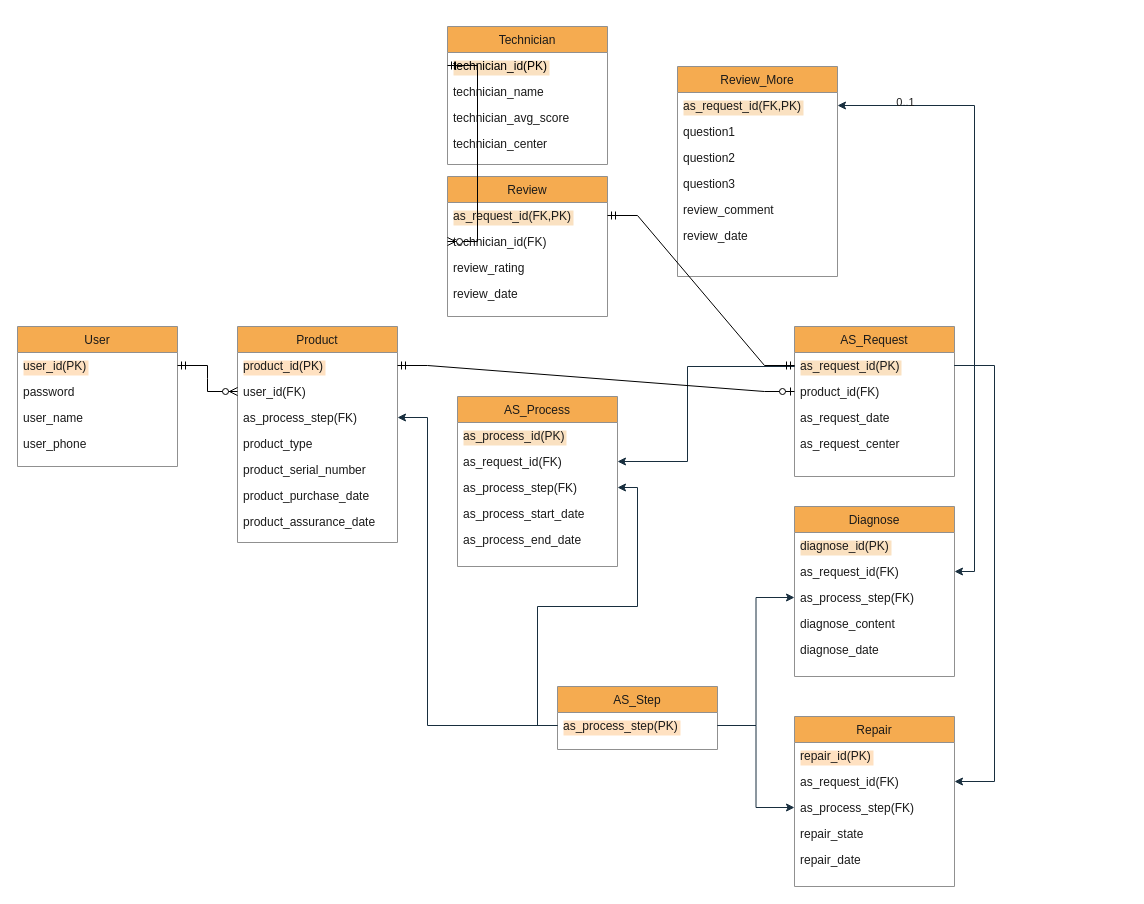
Above: 인도 CS DB.drawio in coin-cidence/FIX_crawling (draw.io), before the change. Source tidied: cells renumbered, new cells numbered last; positions are measured from the earlier drawing's top-left corner, leaving out a move shared by most shapes. Both pictures are drawn from the tidied source at 100%, with x=0, y=0 at pixel (17, 26).
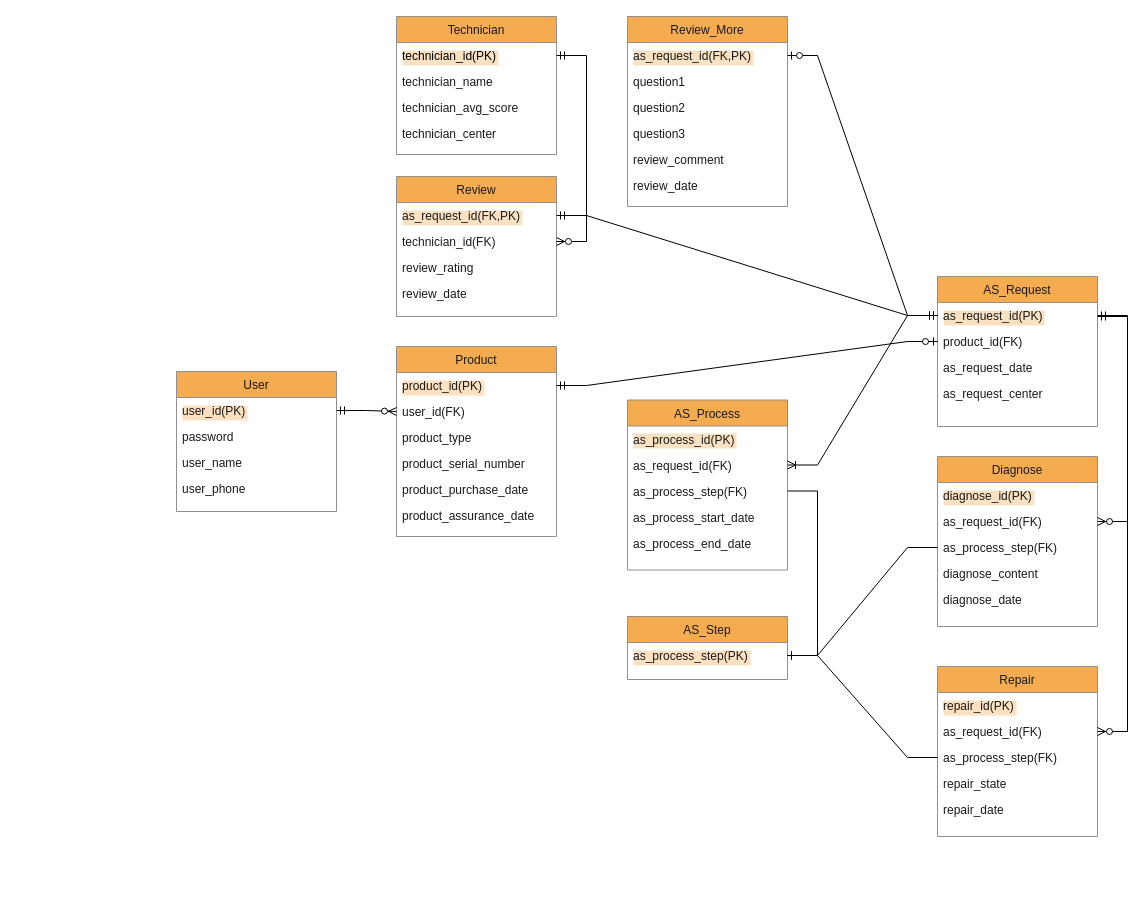
After the change.

Commit message (it also covers changes not shown here):
인도 CS DB.drawio 업데이트

Unchanged cells that the change refers to:
```xml
<mxCell id="9" value="as_request_id(FK)" style="text;align=left;verticalAlign=top;spacingLeft=4;spacingRight=4;overflow=hidden;points=[[0,0.5],[1,0.5]];portConstraint=eastwest;rounded=0;labelBackgroundColor=none;fontColor=#1A1A1A;" parent="7" vertex="1">
  <mxGeometry y="52" width="160" height="26" as="geometry" />
</mxCell>
<mxCell id="10" value="as_process_step(FK)" style="text;align=left;verticalAlign=top;spacingLeft=4;spacingRight=4;overflow=hidden;points=[[0,0.5],[1,0.5]];portConstraint=eastwest;rounded=0;labelBackgroundColor=none;fontColor=#1A1A1A;" parent="7" vertex="1">
  <mxGeometry y="78" width="160" height="26" as="geometry" />
</mxCell>
<mxCell id="15" value="as_request_id(FK)" style="text;align=left;verticalAlign=top;spacingLeft=4;spacingRight=4;overflow=hidden;points=[[0,0.5],[1,0.5]];portConstraint=eastwest;rounded=0;labelBackgroundColor=none;fontColor=#1A1A1A;" parent="13" vertex="1">
  <mxGeometry y="52" width="160" height="26" as="geometry" />
</mxCell>
<mxCell id="16" value="as_process_step(FK)" style="text;align=left;verticalAlign=top;spacingLeft=4;spacingRight=4;overflow=hidden;points=[[0,0.5],[1,0.5]];portConstraint=eastwest;rounded=0;labelBackgroundColor=none;fontColor=#1A1A1A;" parent="13" vertex="1">
  <mxGeometry y="78" width="160" height="26" as="geometry" />
</mxCell>
<mxCell id="28" value="as_request_id(PK)" style="text;align=left;verticalAlign=top;spacingLeft=4;spacingRight=4;overflow=hidden;points=[[0,0.5],[1,0.5]];portConstraint=eastwest;labelBackgroundColor=#fae1c1;rounded=0;fontColor=#1A1A1A;" parent="27" vertex="1">
  <mxGeometry y="26" width="160" height="26" as="geometry" />
</mxCell>
<mxCell id="33" value="technician_id(PK)" style="text;align=left;verticalAlign=top;spacingLeft=4;spacingRight=4;overflow=hidden;points=[[0,0.5],[1,0.5]];portConstraint=eastwest;rounded=0;labelBackgroundColor=#fae1c1;fontColor=#000000;" parent="32" vertex="1">
  <mxGeometry y="26" width="160" height="26" as="geometry" />
</mxCell>
<mxCell id="40" value="as_process_step(PK)" style="text;align=left;verticalAlign=top;spacingLeft=4;spacingRight=4;overflow=hidden;points=[[0,0.5],[1,0.5]];portConstraint=eastwest;fontStyle=0;rounded=0;labelBackgroundColor=#ffe1c1;fontColor=#1A1A1A;" parent="39" vertex="1">
  <mxGeometry y="26" width="160" height="26" as="geometry" />
</mxCell>
<mxCell id="45" value="as_request_id(FK)" style="text;align=left;verticalAlign=top;spacingLeft=4;spacingRight=4;overflow=hidden;points=[[0,0.5],[1,0.5]];portConstraint=eastwest;rounded=0;labelBackgroundColor=none;fontColor=#1A1A1A;" parent="43" vertex="1">
  <mxGeometry y="52" width="160" height="26" as="geometry" />
</mxCell>
<mxCell id="46" value="as_process_step(FK)" style="text;align=left;verticalAlign=top;spacingLeft=4;spacingRight=4;overflow=hidden;points=[[0,0.5],[1,0.5]];portConstraint=eastwest;rounded=0;labelBackgroundColor=none;fontColor=#1A1A1A;" parent="43" vertex="1">
  <mxGeometry y="78" width="160" height="26" as="geometry" />
</mxCell>
<mxCell id="53" value="technician_id(FK)" style="text;align=left;verticalAlign=top;spacingLeft=4;spacingRight=4;overflow=hidden;points=[[0,0.5],[1,0.5]];portConstraint=eastwest;rounded=0;shadow=0;html=0;labelBackgroundColor=none;fontColor=#1A1A1A;" parent="51" vertex="1">
  <mxGeometry y="52" width="160" height="26" as="geometry" />
</mxCell>
<mxCell id="57" value="as_request_id(FK,PK)" style="text;align=left;verticalAlign=top;spacingLeft=4;spacingRight=4;overflow=hidden;points=[[0,0.5],[1,0.5]];portConstraint=eastwest;rounded=0;labelBackgroundColor=#fae1c1;fontColor=#1A1A1A;" parent="56" vertex="1">
  <mxGeometry y="26" width="160" height="26" as="geometry" />
</mxCell>
```

Change to the diagram source:
```diff
@@
     <mxCell id="2" value="User" style="swimlane;fontStyle=0;align=center;verticalAlign=top;horizontal=1;startSize=26;rounded=0;shadow=0;strokeWidth=1;labelBackgroundColor=none;fillColor=#F5AB50;strokeColor=#909090;fontColor=#1A1A1A;" parent="1" vertex="1">
-      <mxGeometry y="300" width="160" height="140" as="geometry" />
+      <mxGeometry x="159" y="345" width="160" height="140" as="geometry" />
     </mxCell>
@@
     <mxCell id="7" value="Diagnose" style="swimlane;fontStyle=0;align=center;verticalAlign=top;horizontal=1;startSize=26;rounded=0;shadow=0;strokeWidth=1;labelBackgroundColor=none;fillColor=#F5AB50;strokeColor=#909090;fontColor=#1A1A1A;" parent="1" vertex="1">
-      <mxGeometry x="777" y="480" width="160" height="170" as="geometry" />
+      <mxGeometry x="920" y="430" width="160" height="170" as="geometry" />
     </mxCell>
@@
     <mxCell id="13" value="AS_Process" style="swimlane;fontStyle=0;align=center;verticalAlign=top;horizontal=1;startSize=26;rounded=0;shadow=0;strokeWidth=1;labelBackgroundColor=none;fillColor=#F5AB50;strokeColor=#909090;fontColor=#1A1A1A;" parent="1" vertex="1">
-      <mxGeometry x="440" y="370" width="160" height="170" as="geometry" />
+      <mxGeometry x="610" y="373.5" width="160" height="170" as="geometry" />
     </mxCell>
@@
     <mxCell id="19" value="Product" style="swimlane;fontStyle=0;align=center;verticalAlign=top;horizontal=1;startSize=26;rounded=0;shadow=0;strokeWidth=1;labelBackgroundColor=none;fillColor=#F5AB50;strokeColor=#909090;fontColor=#1A1A1A;" parent="1" vertex="1">
-      <mxGeometry x="220" y="300" width="160" height="216" as="geometry" />
+      <mxGeometry x="379" y="320" width="160" height="190" as="geometry" />
     </mxCell>
@@
-    <mxCell id="22" value="as_process_step(FK)" style="text;align=left;verticalAlign=top;spacingLeft=4;spacingRight=4;overflow=hidden;points=[[0,0.5],[1,0.5]];portConstraint=eastwest;rounded=0;shadow=0;html=0;labelBackgroundColor=none;fontColor=#1A1A1A;" parent="19" vertex="1">
-      <mxGeometry y="78" width="160" height="26" as="geometry" />
-    </mxCell>
     <mxCell id="23" value="product_type" style="text;align=left;verticalAlign=top;spacingLeft=4;spacingRight=4;overflow=hidden;rounded=0;shadow=0;html=0;labelBackgroundColor=none;fontColor=#1A1A1A;" parent="19" vertex="1">
-      <mxGeometry y="104" width="160" height="26" as="geometry" />
+      <mxGeometry y="78" width="160" height="26" as="geometry" />
     </mxCell>
     <mxCell id="24" value="product_serial_number" style="text;align=left;verticalAlign=top;spacingLeft=4;spacingRight=4;overflow=hidden;rounded=0;shadow=0;html=0;labelBackgroundColor=none;fontColor=#1A1A1A;" parent="19" vertex="1">
-      <mxGeometry y="130" width="160" height="26" as="geometry" />
+      <mxGeometry y="104" width="160" height="26" as="geometry" />
     </mxCell>
     <mxCell id="25" value="product_purchase_date" style="text;align=left;verticalAlign=top;spacingLeft=4;spacingRight=4;overflow=hidden;rounded=0;labelBackgroundColor=none;fontColor=#1A1A1A;" parent="19" vertex="1">
-      <mxGeometry y="156" width="160" height="26" as="geometry" />
+      <mxGeometry y="130" width="160" height="26" as="geometry" />
     </mxCell>
     <mxCell id="26" value="product_assurance_date" style="text;align=left;verticalAlign=top;spacingLeft=4;spacingRight=4;overflow=hidden;rounded=0;labelBackgroundColor=none;fontColor=#1A1A1A;" parent="19" vertex="1">
-      <mxGeometry y="182" width="160" height="26" as="geometry" />
+      <mxGeometry y="156" width="160" height="26" as="geometry" />
     </mxCell>
     <mxCell id="27" value="AS_Request" style="swimlane;fontStyle=0;align=center;verticalAlign=top;horizontal=1;startSize=26;rounded=0;shadow=0;strokeWidth=1;labelBackgroundColor=none;fillColor=#F5AB50;strokeColor=#909090;fontColor=#1A1A1A;" parent="1" vertex="1">
-      <mxGeometry x="777" y="300" width="160" height="150" as="geometry" />
+      <mxGeometry x="920" y="250" width="160" height="150" as="geometry" />
     </mxCell>
@@
     <mxCell id="32" value="Technician" style="swimlane;fontStyle=0;align=center;verticalAlign=top;horizontal=1;startSize=26;rounded=0;shadow=0;strokeWidth=1;labelBackgroundColor=none;fillColor=#F5AB50;strokeColor=#909090;fontColor=#1A1A1A;" parent="1" vertex="1">
-      <mxGeometry x="430" width="160" height="138" as="geometry" />
+      <mxGeometry x="379" y="-10" width="160" height="138" as="geometry" />
     </mxCell>
@@
     <mxCell id="37" style="align=right;verticalAlign=bottom;labelBackgroundColor=none;fontSize=12;rounded=0;fillColor=#F5AB50;strokeColor=#909090;fontColor=#1A1A1A;" parent="1" vertex="1">
-      <mxGeometry x="359.8" y="330" as="geometry">
+      <mxGeometry x="518.8" y="350" as="geometry">
         <mxPoint x="264" y="-4" as="offset" />
       </mxGeometry>
     </mxCell>
-    <mxCell id="38" style="edgeStyle=orthogonalEdgeStyle;rounded=0;jettySize=auto;html=1;exitX=0;exitY=0.5;exitDx=0;exitDy=0;entryX=1;entryY=0.5;entryDx=0;entryDy=0;labelBackgroundColor=none;fontColor=default;strokeColor=#182E3E;" parent="1" edge="1" source="28" target="15">
-      <mxGeometry relative="1" as="geometry">
-        <Array as="points">
-          <mxPoint x="777" y="340" />
-          <mxPoint x="670" y="340" />
-          <mxPoint x="670" y="435" />
-        </Array>
-      </mxGeometry>
-    </mxCell>
     <mxCell id="39" value="AS_Step" style="swimlane;fontStyle=0;align=center;verticalAlign=top;horizontal=1;startSize=26;rounded=0;shadow=0;strokeWidth=1;labelBackgroundColor=none;fillColor=#F5AB50;strokeColor=#909090;fontColor=#1A1A1A;" parent="1" vertex="1">
-      <mxGeometry x="540" y="660" width="160" height="63" as="geometry" />
+      <mxGeometry x="610" y="590" width="160" height="63" as="geometry" />
     </mxCell>
@@
-    <mxCell id="41" style="edgeStyle=orthogonalEdgeStyle;rounded=0;jettySize=auto;html=1;exitX=0;exitY=0.5;exitDx=0;exitDy=0;entryX=1;entryY=0.5;entryDx=0;entryDy=0;labelBackgroundColor=none;fontColor=default;strokeColor=#182E3E;" parent="1" edge="1" source="40" target="16">
-      <mxGeometry relative="1" as="geometry" />
-    </mxCell>
-    <mxCell id="42" style="edgeStyle=orthogonalEdgeStyle;rounded=0;jettySize=auto;html=1;exitX=0;exitY=0.5;exitDx=0;exitDy=0;entryX=1;entryY=0.5;entryDx=0;entryDy=0;labelBackgroundColor=none;fontColor=default;strokeColor=#182E3E;" parent="1" edge="1" source="40" target="22">
-      <mxGeometry relative="1" as="geometry">
-        <Array as="points">
-          <mxPoint x="410" y="699" />
-          <mxPoint x="410" y="391" />
-        </Array>
-      </mxGeometry>
-    </mxCell>
     <mxCell id="43" value="Repair" style="swimlane;fontStyle=0;align=center;verticalAlign=top;horizontal=1;startSize=26;rounded=0;shadow=0;strokeWidth=1;labelBackgroundColor=none;fillColor=#F5AB50;strokeColor=#909090;fontColor=#1A1A1A;" parent="1" vertex="1">
-      <mxGeometry x="777" y="690" width="160" height="170" as="geometry" />
+      <mxGeometry x="920" y="640" width="160" height="170" as="geometry" />
     </mxCell>
@@
-    <mxCell id="49" style="edgeStyle=orthogonalEdgeStyle;rounded=0;jettySize=auto;html=1;exitX=1;exitY=0.5;exitDx=0;exitDy=0;entryX=0;entryY=0.5;entryDx=0;entryDy=0;labelBackgroundColor=none;fontColor=default;strokeColor=#182E3E;" parent="1" edge="1" source="40" target="10">
-      <mxGeometry relative="1" as="geometry" />
-    </mxCell>
-    <mxCell id="50" style="edgeStyle=orthogonalEdgeStyle;rounded=0;jettySize=auto;html=1;exitX=1;exitY=0.5;exitDx=0;exitDy=0;entryX=0;entryY=0.5;entryDx=0;entryDy=0;labelBackgroundColor=none;fontColor=default;strokeColor=#182E3E;" parent="1" edge="1" source="40" target="46">
-      <mxGeometry relative="1" as="geometry" />
-    </mxCell>
     <mxCell id="51" value="Review" style="swimlane;fontStyle=0;align=center;verticalAlign=top;horizontal=1;startSize=26;rounded=0;shadow=0;strokeWidth=1;labelBackgroundColor=none;fillColor=#F5AB50;strokeColor=#909090;fontColor=#1A1A1A;" parent="1" vertex="1">
-      <mxGeometry x="430" y="150" width="160" height="140" as="geometry" />
+      <mxGeometry x="379" y="150" width="160" height="140" as="geometry" />
     </mxCell>
@@
     <mxCell id="56" value="Review_More" style="swimlane;fontStyle=0;align=center;verticalAlign=top;horizontal=1;startSize=26;rounded=0;shadow=0;strokeWidth=1;labelBackgroundColor=none;fillColor=#F5AB50;strokeColor=#909090;fontColor=#1A1A1A;" parent="1" vertex="1">
-      <mxGeometry x="660" y="40" width="160" height="210" as="geometry" />
+      <mxGeometry x="610" y="-10" width="160" height="190" as="geometry" />
     </mxCell>
@@
-    <mxCell id="63" style="edgeStyle=orthogonalEdgeStyle;rounded=0;jettySize=auto;html=1;exitX=1;exitY=0.5;exitDx=0;exitDy=0;entryX=1;entryY=0.5;entryDx=0;entryDy=0;labelBackgroundColor=#fbe9d1;fontColor=default;strokeColor=#182E3E;" parent="1" edge="1" source="28" target="57">
-      <mxGeometry relative="1" as="geometry" />
-    </mxCell>
-    <mxCell id="64" value="0..1" style="edgeLabel;html=1;align=center;verticalAlign=middle;rounded=0;labelBackgroundColor=none;fontColor=#1A1A1A;" parent="63" vertex="1">
-      <mxGeometry x="0.68" y="-4" relative="1" as="geometry" />
-    </mxCell>
-    <mxCell id="65" style="edgeStyle=orthogonalEdgeStyle;rounded=0;jettySize=auto;html=1;exitX=1;exitY=0.5;exitDx=0;exitDy=0;entryX=1;entryY=0.5;entryDx=0;entryDy=0;labelBackgroundColor=none;fontColor=default;strokeColor=#182E3E;" parent="1" edge="1" source="28" target="9">
-      <mxGeometry relative="1" as="geometry" />
-    </mxCell>
-    <mxCell id="66" style="edgeStyle=orthogonalEdgeStyle;rounded=0;jettySize=auto;html=1;exitX=1;exitY=0.5;exitDx=0;exitDy=0;entryX=1;entryY=0.5;entryDx=0;entryDy=0;labelBackgroundColor=none;fontColor=default;strokeColor=#182E3E;" parent="1" edge="1" source="28" target="45">
-      <mxGeometry relative="1" as="geometry">
-        <Array as="points">
-          <mxPoint x="977" y="339" />
-          <mxPoint x="977" y="755" />
-        </Array>
-      </mxGeometry>
-    </mxCell>
@@
-    <mxCell id="70" style="edgeStyle=entityRelationEdgeStyle;fontSize=12;html=1;endArrow=ERzeroToMany;startArrow=ERmandOne;rounded=0;entryX=0;entryY=0.5;entryDx=0;entryDy=0;exitX=0;exitY=0.5;exitDx=0;exitDy=0;" parent="1" edge="1" source="33" target="53">
+    <mxCell id="70" style="edgeStyle=entityRelationEdgeStyle;fontSize=12;html=1;endArrow=ERzeroToMany;startArrow=ERmandOne;rounded=0;exitX=1;exitY=0.5;exitDx=0;exitDy=0;entryX=1;entryY=0.5;entryDx=0;entryDy=0;" parent="1" edge="1" source="33" target="53">
       <mxGeometry relative="1" as="geometry">
         <Array as="points">
-          <mxPoint x="380" y="130" />
-          <mxPoint x="380" y="130" />
-          <mxPoint x="370" y="130" />
-          <mxPoint x="400" y="170" />
+          <mxPoint x="199" y="121" />
+          <mxPoint x="259" y="120" />
+          <mxPoint x="559" y="110" />
+          <mxPoint x="199" y="121" />
+          <mxPoint x="199" y="121" />
+          <mxPoint x="279" y="160" />
+          <mxPoint x="189" y="121" />
+          <mxPoint x="219" y="161" />
         </Array>
       </mxGeometry>
     </mxCell>
+    <mxCell id="63" style="edgeStyle=entityRelationEdgeStyle;fontSize=12;html=1;endArrow=ERzeroToOne;startArrow=ERmandOne;rounded=0;exitX=0;exitY=0.5;exitDx=0;exitDy=0;entryX=1;entryY=0.5;entryDx=0;entryDy=0;" parent="1" edge="1" source="28" target="57">
+      <mxGeometry relative="1" as="geometry">
+        <Array as="points">
+          <mxPoint x="990" y="210" />
+        </Array>
+      </mxGeometry>
+    </mxCell>
+    <mxCell id="71" style="edgeStyle=entityRelationEdgeStyle;fontSize=12;html=1;endArrow=ERone;endFill=1;rounded=0;entryX=1;entryY=0.5;entryDx=0;entryDy=0;exitX=1;exitY=0.5;exitDx=0;exitDy=0;" parent="1" edge="1" source="16" target="40">
+      <mxGeometry relative="1" as="geometry">
+        <Array as="points">
+          <mxPoint x="610" y="573.5" />
+        </Array>
+      </mxGeometry>
+    </mxCell>
+    <mxCell id="38" style="edgeStyle=entityRelationEdgeStyle;fontSize=12;html=1;endArrow=ERoneToMany;startArrow=ERmandOne;rounded=0;entryX=1;entryY=0.5;entryDx=0;entryDy=0;exitX=0;exitY=0.5;exitDx=0;exitDy=0;" parent="1" edge="1" source="28" target="15">
+      <mxGeometry relative="1" as="geometry">
+        <Array as="points">
+          <mxPoint x="750" y="390" />
+        </Array>
+      </mxGeometry>
+    </mxCell>
+    <mxCell id="72" style="edgeStyle=entityRelationEdgeStyle;fontSize=12;html=1;endArrow=ERzeroToMany;startArrow=ERmandOne;rounded=0;entryX=1;entryY=0.5;entryDx=0;entryDy=0;" parent="1" edge="1" target="45">
+      <mxGeometry relative="1" as="geometry">
+        <mxPoint x="1080" y="290" as="sourcePoint" />
+      </mxGeometry>
+    </mxCell>
+    <mxCell id="65" style="edgeStyle=entityRelationEdgeStyle;fontSize=12;html=1;endArrow=ERzeroToMany;startArrow=ERmandOne;rounded=0;exitX=1;exitY=0.5;exitDx=0;exitDy=0;entryX=1;entryY=0.5;entryDx=0;entryDy=0;" parent="1" edge="1" source="28" target="9">
+      <mxGeometry relative="1" as="geometry" />
+    </mxCell>
+    <mxCell id="73" style="edgeStyle=entityRelationEdgeStyle;fontSize=12;html=1;endArrow=ERone;endFill=1;rounded=0;entryX=1;entryY=0.5;entryDx=0;entryDy=0;exitX=0;exitY=0.5;exitDx=0;exitDy=0;" parent="1" edge="1" source="10" target="40">
+      <mxGeometry relative="1" as="geometry">
+        <Array as="points">
+          <mxPoint x="587" y="832" />
+        </Array>
+      </mxGeometry>
+    </mxCell>
+    <mxCell id="74" style="edgeStyle=entityRelationEdgeStyle;fontSize=12;html=1;endArrow=ERone;endFill=1;rounded=0;entryX=1;entryY=0.5;entryDx=0;entryDy=0;exitX=0;exitY=0.5;exitDx=0;exitDy=0;" parent="1" edge="1" source="46" target="40">
+      <mxGeometry relative="1" as="geometry">
+        <Array as="points">
+          <mxPoint x="450" y="859" />
+        </Array>
+      </mxGeometry>
+    </mxCell>
```
